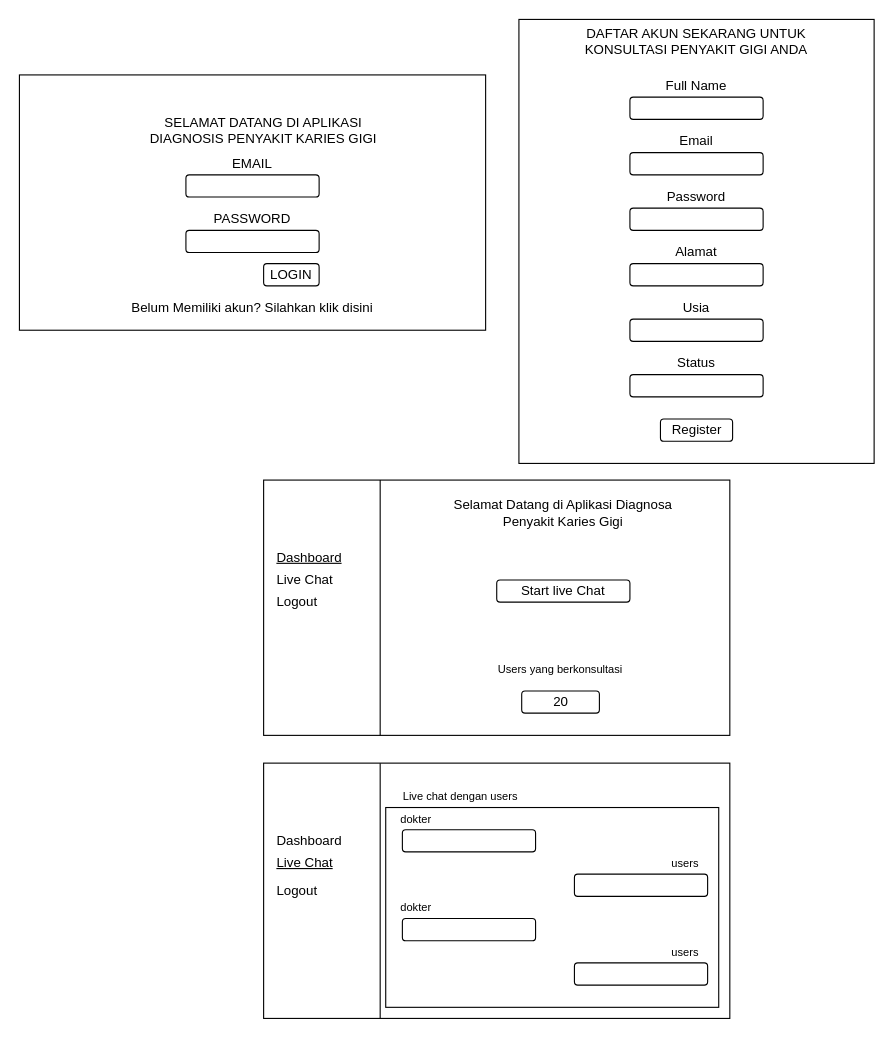
The draw.io diagram page "Page-2" (2 of 3) of Untitled Diagram.drawio in ariabd-ac/MockupTA, before the edit. Source tidied: cells renumbered, new cells numbered last; positions are measured from the earlier drawing's top-left corner, leaving out a move shared by most shapes. Both pictures are drawn from the tidied source at 111%, with x=0, y=0 at pixel (19, 19).
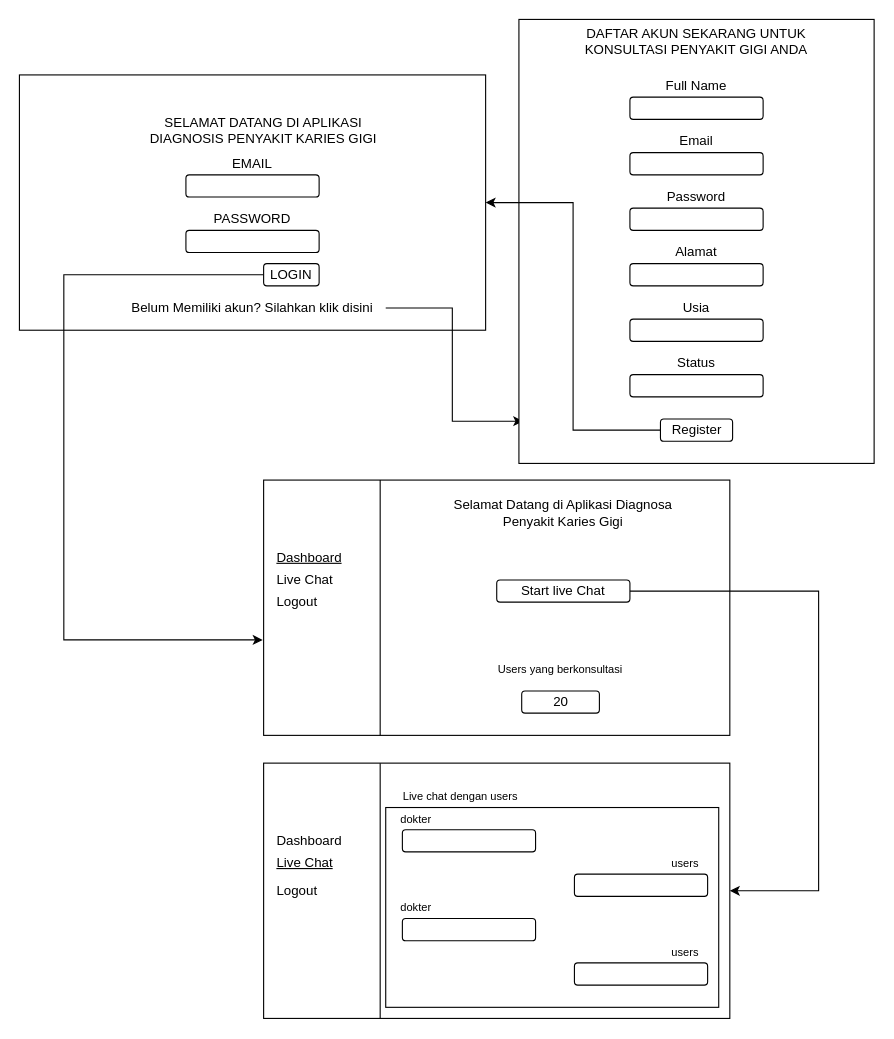
The same diagram, later.

The change refers to these unchanged cells:
```xml
<mxCell id="2" style="rounded=0;whiteSpace=wrap;html=1;" parent="1" vertex="1">
  <mxGeometry y="50" width="420" height="230" as="geometry" />
</mxCell>
<mxCell id="7" value="LOGIN" style="rounded=1;whiteSpace=wrap;html=1;" parent="1" vertex="1">
  <mxGeometry x="220" y="220" width="50" height="20" as="geometry" />
</mxCell>
<mxCell id="8" value="Belum Memiliki akun? Silahkan klik disini" style="text;html=1;strokeColor=none;fillColor=none;align=center;verticalAlign=middle;whiteSpace=wrap;rounded=0;" parent="1" vertex="1">
  <mxGeometry x="90" y="250" width="240" height="20" as="geometry" />
</mxCell>
<mxCell id="10" style="rounded=0;whiteSpace=wrap;html=1;" parent="1" vertex="1">
  <mxGeometry x="220" y="415" width="420" height="230" as="geometry" />
</mxCell>
<mxCell id="18" value="Start live Chat" style="rounded=1;whiteSpace=wrap;html=1;" parent="1" vertex="1">
  <mxGeometry x="430" y="505" width="120" height="20" as="geometry" />
</mxCell>
<mxCell id="20" style="rounded=0;whiteSpace=wrap;html=1;" parent="19" vertex="1">
  <mxGeometry width="420" height="230" as="geometry" />
</mxCell>
<mxCell id="39" style="rounded=0;whiteSpace=wrap;html=1;" parent="1" vertex="1">
  <mxGeometry x="450" width="320" height="400" as="geometry" />
</mxCell>
<mxCell id="50" value="Register" style="rounded=1;whiteSpace=wrap;html=1;" parent="1" vertex="1">
  <mxGeometry x="577.5" y="360" width="65" height="20" as="geometry" />
</mxCell>
```

Diff of the diagram source:
```diff
@@
+    <mxCell id="54" style="edgeStyle=orthogonalEdgeStyle;rounded=0;jettySize=auto;html=1;entryX=-0.002;entryY=0.626;entryDx=0;entryDy=0;entryPerimeter=0;" parent="1" edge="1" source="7" target="10">
+      <mxGeometry relative="1" as="geometry">
+        <Array as="points">
+          <mxPoint x="40" y="230" />
+          <mxPoint x="40" y="559" />
+        </Array>
+      </mxGeometry>
+    </mxCell>
@@
+    <mxCell id="55" style="edgeStyle=orthogonalEdgeStyle;rounded=0;jettySize=auto;html=1;entryX=0.012;entryY=0.905;entryDx=0;entryDy=0;entryPerimeter=0;" parent="1" edge="1" source="8" target="39">
+      <mxGeometry relative="1" as="geometry" />
+    </mxCell>
@@
+    <mxCell id="56" style="edgeStyle=orthogonalEdgeStyle;rounded=0;jettySize=auto;html=1;entryX=1;entryY=0.5;entryDx=0;entryDy=0;" parent="1" edge="1" source="18" target="20">
+      <mxGeometry relative="1" as="geometry">
+        <Array as="points">
+          <mxPoint x="720" y="515" />
+          <mxPoint x="720" y="785" />
+        </Array>
+      </mxGeometry>
+    </mxCell>
@@
+    <mxCell id="57" style="edgeStyle=orthogonalEdgeStyle;rounded=0;jettySize=auto;html=1;entryX=1;entryY=0.5;entryDx=0;entryDy=0;" parent="1" edge="1" source="50" target="2">
+      <mxGeometry relative="1" as="geometry" />
+    </mxCell>
```
